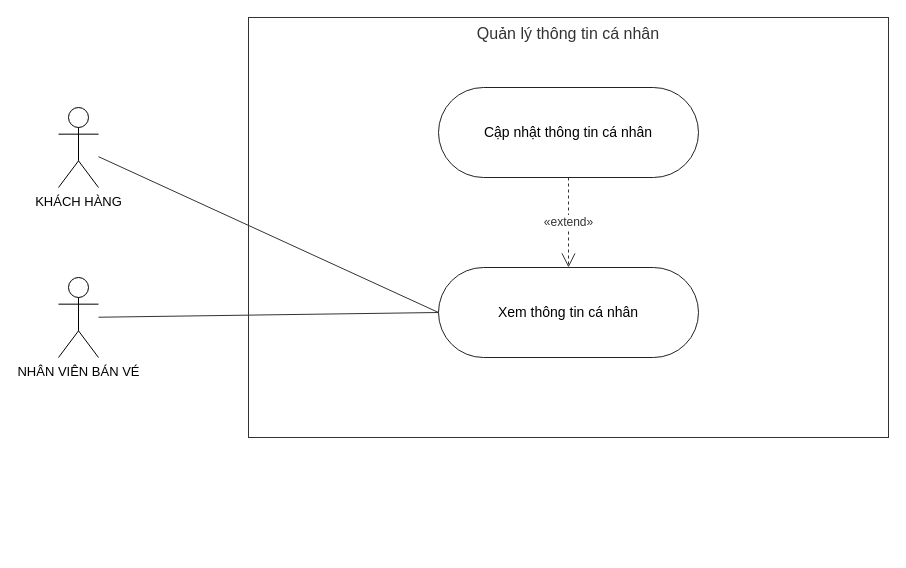
This is page "5. Quản lý thông tin cá nhân" (5 of 18) of docs/use-case/UseCase_DatVeXeKhach.drawio from Longcodepro/Project_OOAD_HK1_2026-2027, a draw.io file, before an edit. Source tidied: cells renumbered, new cells numbered last; positions are measured from the earlier drawing's top-left corner, leaving out a move shared by most shapes. Both pictures are drawn from the tidied source at 100%, with x=0, y=0 at pixel (58, 17).
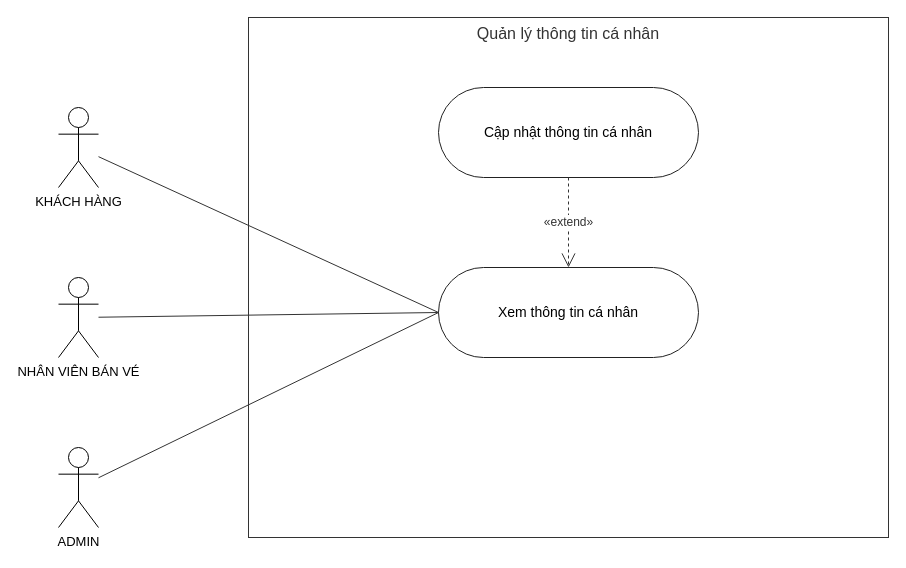
Above is the later version.

Change to the diagram source:
```diff
@@
 <mxGraphModel background="#ffffff">
   <root>
     <mxCell id="0" />
     <mxCell id="1" parent="0" />
     <mxCell id="2" value="Quản lý thông tin cá nhân" style="rounded=0;whiteSpace=wrap;html=1;verticalAlign=top;fontSize=16;fillColor=none;strokeColor=#333333;fontColor=#333333;" parent="1" vertex="1">
-      <mxGeometry x="190" width="640" height="420" as="geometry" />
+      <mxGeometry x="190" width="640" height="520" as="geometry" />
     </mxCell>
     <mxCell id="3" value="KHÁCH HÀNG" style="shape=umlActor;verticalLabelPosition=bottom;verticalAlign=top;html=1;outlineConnect=0;fontSize=13;fontColor=#000000;strokeColor=#000000;" parent="1" vertex="1">
       <mxGeometry y="90" width="40" height="80" as="geometry" />
     </mxCell>
     <mxCell id="4" value="NHÂN VIÊN BÁN VÉ" style="shape=umlActor;verticalLabelPosition=bottom;verticalAlign=top;html=1;outlineConnect=0;fontSize=13;fontColor=#000000;strokeColor=#000000;" parent="1" vertex="1">
       <mxGeometry y="260" width="40" height="80" as="geometry" />
     </mxCell>
     <mxCell id="5" value="Cập nhật thông tin cá nhân" style="rounded=1;arcSize=50;whiteSpace=wrap;html=1;fontSize=14;fillColor=#FFFFFF;strokeColor=#222222;fontColor=#000000;" parent="1" vertex="1">
       <mxGeometry x="380" y="70" width="260" height="90" as="geometry" />
     </mxCell>
     <mxCell id="6" value="Xem thông tin cá nhân" style="rounded=1;arcSize=50;whiteSpace=wrap;html=1;fontSize=14;fillColor=#FFFFFF;strokeColor=#222222;fontColor=#000000;" parent="1" vertex="1">
       <mxGeometry x="380" y="250" width="260" height="90" as="geometry" />
     </mxCell>
     <mxCell id="7" style="endArrow=none;html=1;rounded=0;strokeColor=#333333;entryX=0;entryY=0.5;entryDx=0;entryDy=0;" parent="1" edge="1" source="3" target="6">
       <mxGeometry relative="1" as="geometry" />
     </mxCell>
     <mxCell id="8" style="endArrow=none;html=1;rounded=0;strokeColor=#333333;entryX=0;entryY=0.5;entryDx=0;entryDy=0;" parent="1" edge="1" source="4" target="6">
       <mxGeometry relative="1" as="geometry" />
     </mxCell>
     <mxCell id="9" value="«extend»" style="endArrow=open;endSize=12;dashed=1;html=1;rounded=0;fontSize=12;labelBackgroundColor=#FFFFFF;strokeColor=#333333;fontColor=#333333;" parent="1" edge="1" source="5" target="6">
       <mxGeometry relative="1" as="geometry" />
     </mxCell>
+    <mxCell id="10" value="ADMIN" style="shape=umlActor;verticalLabelPosition=bottom;verticalAlign=top;html=1;outlineConnect=0;fontSize=13;fontColor=#000000;strokeColor=#000000;" parent="1" vertex="1">
+      <mxGeometry y="430" width="40" height="80" as="geometry" />
+    </mxCell>
+    <mxCell id="11" style="endArrow=none;html=1;rounded=0;strokeColor=#333333;entryX=0;entryY=0.5;entryDx=0;entryDy=0;" parent="1" edge="1" source="10" target="6">
+      <mxGeometry relative="1" as="geometry" />
+    </mxCell>
   </root>
 </mxGraphModel>
```
